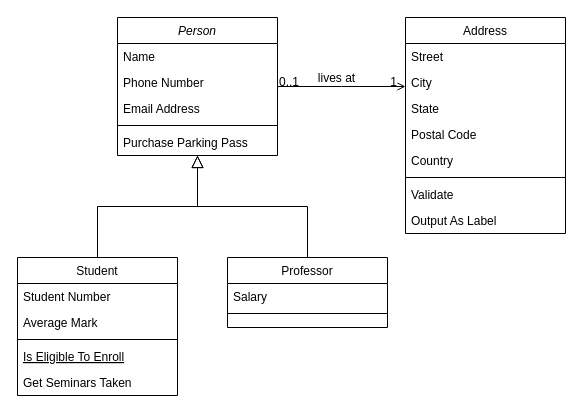
The draw.io diagram Untitled Diagram.drawio in Fuentezthefather/fluffy-eureka, before the edit. Source tidied: cells renumbered, new cells numbered last; positions are measured from the earlier drawing's top-left corner, leaving out a move shared by most shapes. Both pictures are drawn from the tidied source at 100%, with x=0, y=0 at pixel (17, 17).
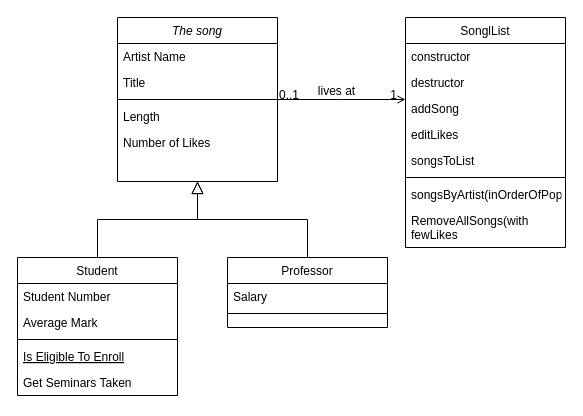
After the change.

What changed in the source:
```diff
@@
-    <mxCell id="2" value="Person" style="swimlane;fontStyle=2;align=center;verticalAlign=top;horizontal=1;startSize=26;rounded=0;shadow=0;strokeWidth=1;" parent="1" vertex="1">
-      <mxGeometry x="100" width="160" height="138" as="geometry" />
+    <mxCell id="2" value="The song" style="swimlane;fontStyle=2;align=center;verticalAlign=top;horizontal=1;startSize=26;rounded=0;shadow=0;strokeWidth=1;" parent="1" vertex="1">
+      <mxGeometry x="100" width="160" height="164" as="geometry" />
     </mxCell>
-    <mxCell id="3" value="Name" style="text;align=left;verticalAlign=top;spacingLeft=4;spacingRight=4;overflow=hidden;" parent="2" vertex="1">
-      <mxGeometry y="26" width="160" height="26" as="geometry" />
-    </mxCell>
-    <mxCell id="4" value="Phone Number" style="text;align=left;verticalAlign=top;spacingLeft=4;spacingRight=4;overflow=hidden;rounded=0;shadow=0;html=0;" parent="2" vertex="1">
-      <mxGeometry y="52" width="160" height="26" as="geometry" />
+    <mxCell id="4" value="Artist Name" style="text;align=left;verticalAlign=top;spacingLeft=4;spacingRight=4;overflow=hidden;rounded=0;shadow=0;html=0;" parent="2" vertex="1">
+      <mxGeometry y="26" width="160" height="26" as="geometry" />
     </mxCell>
-    <mxCell id="5" value="Email Address" style="text;align=left;verticalAlign=top;spacingLeft=4;spacingRight=4;overflow=hidden;rounded=0;shadow=0;html=0;" parent="2" vertex="1">
-      <mxGeometry y="78" width="160" height="26" as="geometry" />
+    <mxCell id="5" value="Title" style="text;align=left;verticalAlign=top;spacingLeft=4;spacingRight=4;overflow=hidden;rounded=0;shadow=0;html=0;" parent="2" vertex="1">
+      <mxGeometry y="52" width="160" height="26" as="geometry" />
     </mxCell>
     <mxCell id="6" style="line;html=1;strokeWidth=1;align=left;verticalAlign=middle;spacingTop=-1;spacingLeft=3;spacingRight=3;labelPosition=right;" parent="2" vertex="1">
-      <mxGeometry y="104" width="160" height="8" as="geometry" />
+      <mxGeometry y="78" width="160" height="8" as="geometry" />
     </mxCell>
-    <mxCell id="7" value="Purchase Parking Pass" style="text;align=left;verticalAlign=top;spacingLeft=4;spacingRight=4;overflow=hidden;" parent="2" vertex="1">
-      <mxGeometry y="112" width="160" height="26" as="geometry" />
+    <mxCell id="7" value="Length" style="text;align=left;verticalAlign=top;spacingLeft=4;spacingRight=4;overflow=hidden;" parent="2" vertex="1">
+      <mxGeometry y="86" width="160" height="26" as="geometry" />
     </mxCell>
+    <mxCell id="32" value="Number of Likes" style="text;align=left;verticalAlign=top;spacingLeft=4;spacingRight=4;overflow=hidden;rounded=0;shadow=0;html=0;" parent="2" vertex="1">
+      <mxGeometry y="112" width="160" height="26" as="geometry" />
+    </mxCell>
@@
-    <mxCell id="19" value="Address" style="swimlane;fontStyle=0;align=center;verticalAlign=top;horizontal=1;startSize=26;rounded=0;shadow=0;strokeWidth=1;" parent="1" vertex="1">
-      <mxGeometry x="388" width="160" height="216" as="geometry" />
+    <mxCell id="19" value="SonglList" style="swimlane;fontStyle=0;align=center;verticalAlign=top;horizontal=1;startSize=26;rounded=0;shadow=0;strokeWidth=1;" parent="1" vertex="1">
+      <mxGeometry x="388" width="160" height="230" as="geometry" />
     </mxCell>
-    <mxCell id="20" value="Street" style="text;align=left;verticalAlign=top;spacingLeft=4;spacingRight=4;overflow=hidden;" parent="19" vertex="1">
+    <mxCell id="20" value="constructor" style="text;align=left;verticalAlign=top;spacingLeft=4;spacingRight=4;overflow=hidden;" parent="19" vertex="1">
       <mxGeometry y="26" width="160" height="26" as="geometry" />
     </mxCell>
-    <mxCell id="21" value="City" style="text;align=left;verticalAlign=top;spacingLeft=4;spacingRight=4;overflow=hidden;rounded=0;shadow=0;html=0;" parent="19" vertex="1">
+    <mxCell id="21" value="destructor" style="text;align=left;verticalAlign=top;spacingLeft=4;spacingRight=4;overflow=hidden;rounded=0;shadow=0;html=0;" parent="19" vertex="1">
       <mxGeometry y="52" width="160" height="26" as="geometry" />
     </mxCell>
-    <mxCell id="22" value="State" style="text;align=left;verticalAlign=top;spacingLeft=4;spacingRight=4;overflow=hidden;rounded=0;shadow=0;html=0;" parent="19" vertex="1">
+    <mxCell id="22" value="addSong" style="text;align=left;verticalAlign=top;spacingLeft=4;spacingRight=4;overflow=hidden;rounded=0;shadow=0;html=0;" parent="19" vertex="1">
       <mxGeometry y="78" width="160" height="26" as="geometry" />
     </mxCell>
-    <mxCell id="23" value="Postal Code" style="text;align=left;verticalAlign=top;spacingLeft=4;spacingRight=4;overflow=hidden;rounded=0;shadow=0;html=0;" parent="19" vertex="1">
+    <mxCell id="23" value="editLikes" style="text;align=left;verticalAlign=top;spacingLeft=4;spacingRight=4;overflow=hidden;rounded=0;shadow=0;html=0;" parent="19" vertex="1">
       <mxGeometry y="104" width="160" height="26" as="geometry" />
     </mxCell>
-    <mxCell id="24" value="Country" style="text;align=left;verticalAlign=top;spacingLeft=4;spacingRight=4;overflow=hidden;rounded=0;shadow=0;html=0;" parent="19" vertex="1">
+    <mxCell id="24" value="songsToList" style="text;align=left;verticalAlign=top;spacingLeft=4;spacingRight=4;overflow=hidden;rounded=0;shadow=0;html=0;" parent="19" vertex="1">
       <mxGeometry y="130" width="160" height="26" as="geometry" />
     </mxCell>
@@
-    <mxCell id="26" value="Validate" style="text;align=left;verticalAlign=top;spacingLeft=4;spacingRight=4;overflow=hidden;" parent="19" vertex="1">
+    <mxCell id="26" value="songsByArtist(inOrderOfPop)" style="text;align=left;verticalAlign=top;spacingLeft=4;spacingRight=4;overflow=hidden;" parent="19" vertex="1">
       <mxGeometry y="164" width="160" height="26" as="geometry" />
     </mxCell>
-    <mxCell id="27" value="Output As Label" style="text;align=left;verticalAlign=top;spacingLeft=4;spacingRight=4;overflow=hidden;" parent="19" vertex="1">
-      <mxGeometry y="190" width="160" height="26" as="geometry" />
+    <mxCell id="27" value="RemoveAllSongs(with fewLikes" style="text;align=left;verticalAlign=top;spacingLeft=4;spacingRight=4;overflow=hidden;whiteSpace=wrap;spacingBottom=0;" parent="19" vertex="1">
+      <mxGeometry y="190" width="160" height="40" as="geometry" />
     </mxCell>
```
